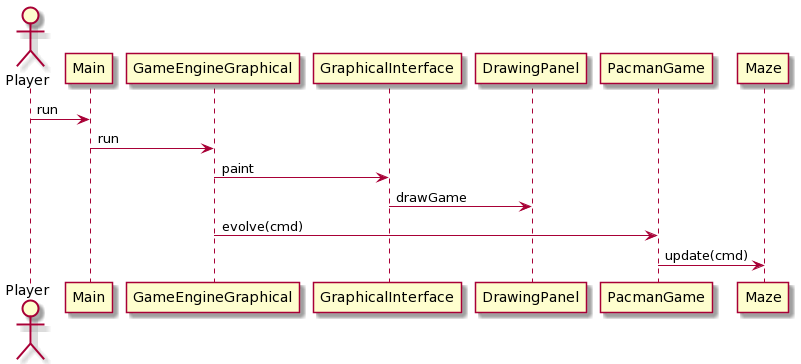
Above: Sprint_2/Diagrammes_de_sequence/LancementDuJeu.png in SalihN/ACL-2020--FSTeam- (PlantUML), before the change. The source it was exported from:
```plantuml
@startuml
actor Player
Player -> Main : run
Main -> GameEngineGraphical : run
GameEngineGraphical -> GraphicalInterface : paint
GraphicalInterface -> DrawingPanel : drawGame
GameEngineGraphical -> PacmanGame : evolve(cmd)
PacmanGame -> Maze : update(cmd)
@enduml
```
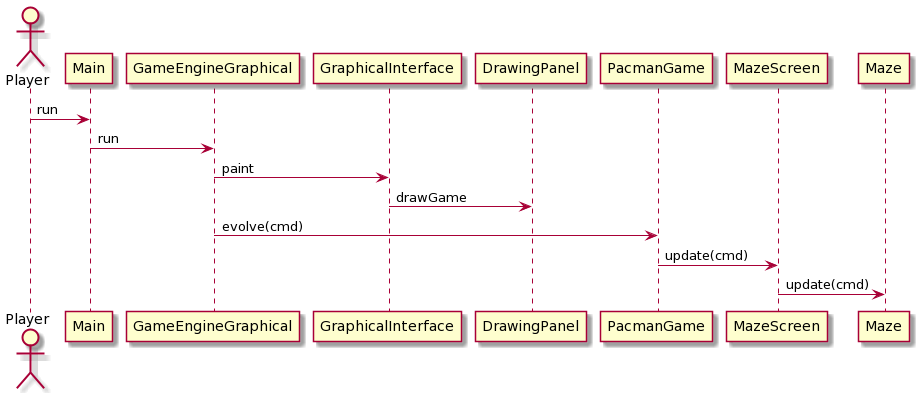
After the commit.

Commit message:
Mise à jour des diagrammes

The edit, as a diff of the source:
```diff
@@ -5,5 +5,6 @@
 GameEngineGraphical -> GraphicalInterface : paint
 GraphicalInterface -> DrawingPanel : drawGame
 GameEngineGraphical -> PacmanGame : evolve(cmd)
-PacmanGame -> Maze : update(cmd)
+PacmanGame -> MazeScreen: update(cmd)
+MazeScreen -> Maze : update(cmd)
 @enduml
```
